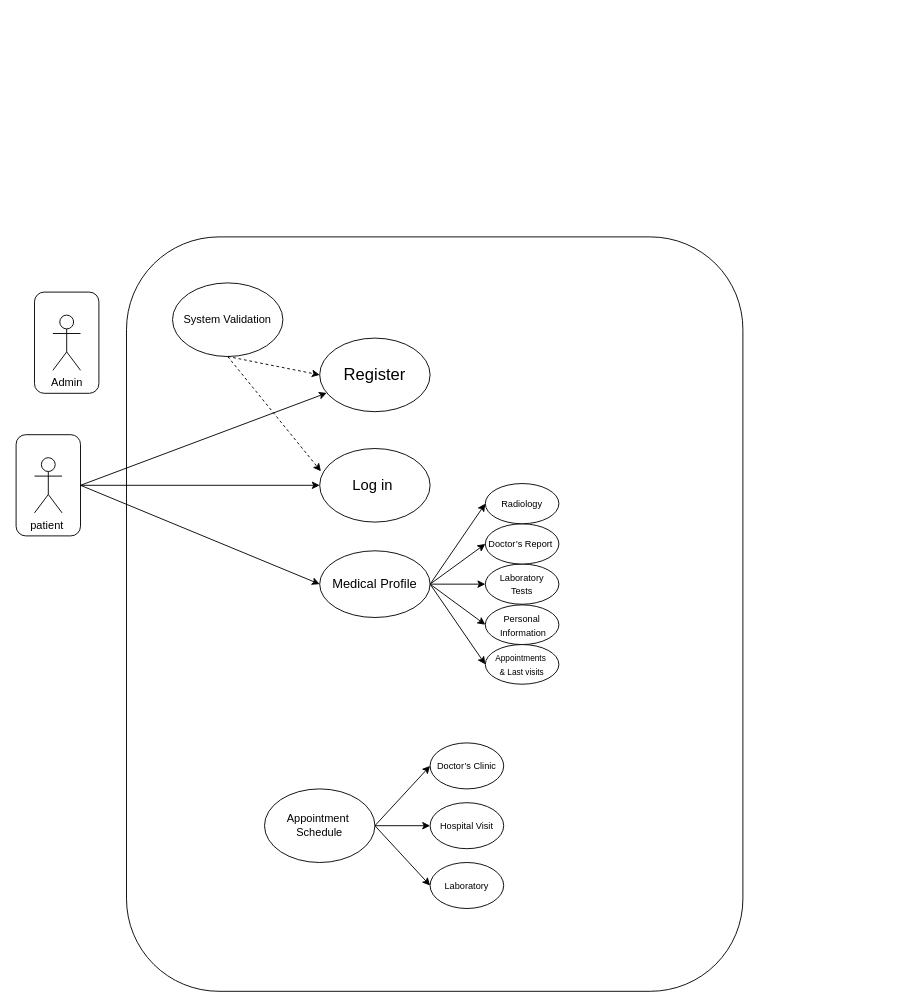
Earlier version of the draw.io diagram Untitled Diagram.drawio (Mostafa-Elabsawy/Graduation-Project-). Source tidied: cells renumbered, new cells numbered last; positions are measured from the earlier drawing's top-left corner, leaving out a move shared by most shapes. Both pictures are drawn from the tidied source at 92%, with x=0, y=0 at pixel (16, 236).
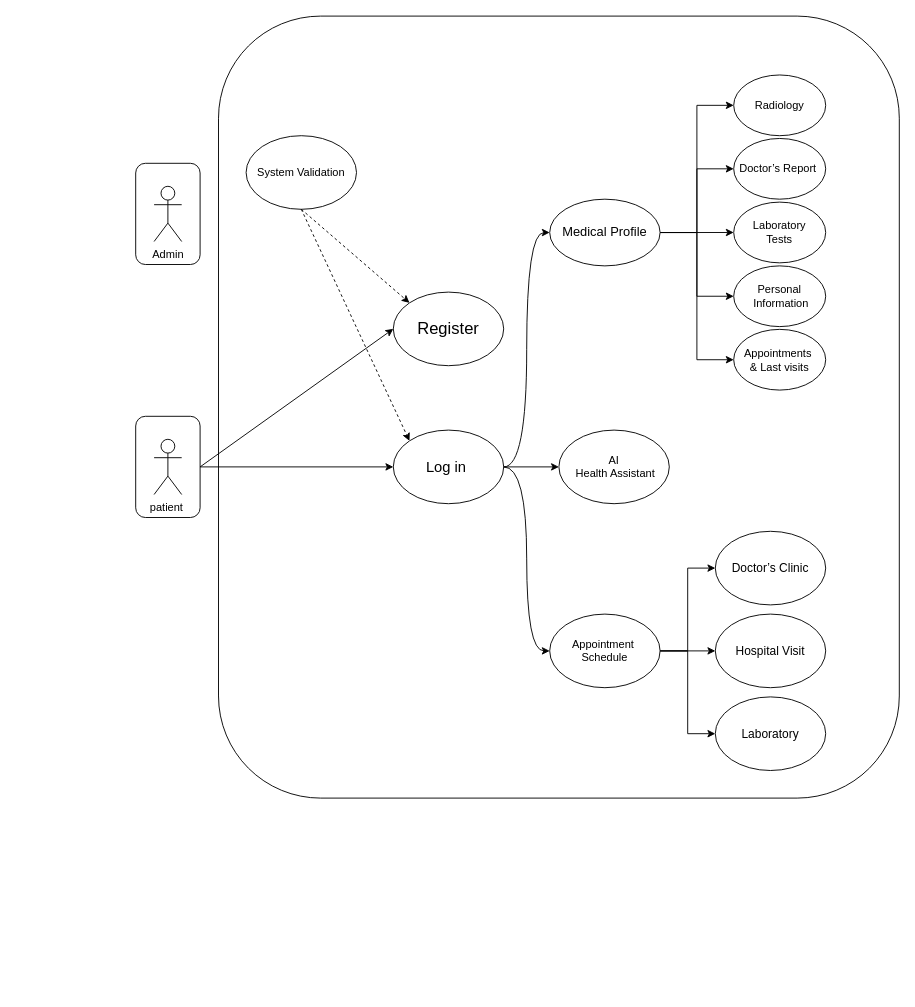
The same diagram, later.

Commit message:
user usecase

The change refers to these unchanged cells:
```xml
<mxCell id="8" style="rounded=1;whiteSpace=wrap;html=1;" parent="7" vertex="1">
  <mxGeometry width="70" height="110" as="geometry" />
</mxCell>
```

Change to the diagram source:
```diff
@@
-    <mxCell id="2" style="rounded=1;whiteSpace=wrap;html=1;" parent="1" vertex="1">
-      <mxGeometry x="120" width="670" height="820" as="geometry" />
-    </mxCell>
+    <mxCell id="37" style="rounded=1;whiteSpace=wrap;html=1;" parent="1" vertex="1">
+      <mxGeometry x="220" y="-240" width="740" height="850" as="geometry" />
+    </mxCell>
     <mxCell id="3" value="&lt;font style=&quot;font-size: 18px;&quot;&gt;Register&lt;/font&gt;" style="ellipse;whiteSpace=wrap;html=1;" parent="1" vertex="1">
-      <mxGeometry x="330" y="110" width="120" height="80" as="geometry" />
+      <mxGeometry x="410" y="60" width="120" height="80" as="geometry" />
     </mxCell>
+    <mxCell id="38" style="rounded=0;jettySize=auto;html=1;exitX=1;exitY=0.5;exitDx=0;exitDy=0;entryX=0;entryY=0.5;entryDx=0;entryDy=0;edgeStyle=orthogonalEdgeStyle;curved=1;" parent="1" edge="1" source="4" target="27">
+      <mxGeometry relative="1" as="geometry" />
+    </mxCell>
+    <mxCell id="39" style="rounded=0;jettySize=auto;html=1;exitX=1;exitY=0.5;exitDx=0;exitDy=0;entryX=0;entryY=0.5;entryDx=0;entryDy=0;edgeStyle=orthogonalEdgeStyle;curved=1;" parent="1" edge="1" source="4" target="20">
+      <mxGeometry relative="1" as="geometry" />
+    </mxCell>
     <mxCell id="4" value="&lt;font style=&quot;font-size: 16px;&quot;&gt;Log in&amp;nbsp;&lt;/font&gt;" style="ellipse;whiteSpace=wrap;html=1;" parent="1" vertex="1">
-      <mxGeometry x="330" y="230" width="120" height="80" as="geometry" />
+      <mxGeometry x="410" y="210" width="120" height="80" as="geometry" />
     </mxCell>
-    <mxCell id="5" style="rounded=0;jettySize=auto;html=1;exitX=1;exitY=0.5;exitDx=0;exitDy=0;" parent="1" edge="1" source="8" target="3">
-      <mxGeometry relative="1" as="geometry" />
-    </mxCell>
@@
     <mxCell id="7" style="group;" parent="1" vertex="1">
-      <mxGeometry y="215" width="70" height="110" as="geometry" />
+      <mxGeometry x="130" y="195" width="70" height="110" as="geometry" />
     </mxCell>
@@
     <mxCell id="10" style="group;" parent="1" vertex="1">
-      <mxGeometry x="20" y="60" width="70" height="110" as="geometry" />
+      <mxGeometry x="130" y="-80" width="70" height="110" as="geometry" />
     </mxCell>
@@
     <mxCell id="13" value="System Validation" style="ellipse;whiteSpace=wrap;html=1;" parent="1" vertex="1">
-      <mxGeometry x="170" y="50" width="120" height="80" as="geometry" />
+      <mxGeometry x="250" y="-110" width="120" height="80" as="geometry" />
     </mxCell>
-    <mxCell id="14" style="rounded=0;jettySize=auto;html=1;entryX=0.011;entryY=0.309;entryDx=0;entryDy=0;exitX=0.5;exitY=1;exitDx=0;exitDy=0;entryPerimeter=0;dashed=1;" parent="1" edge="1" source="13" target="4">
+    <mxCell id="14" style="rounded=0;jettySize=auto;html=1;exitX=0.5;exitY=1;exitDx=0;exitDy=0;dashed=1;entryX=0;entryY=0;entryDx=0;entryDy=0;" parent="1" edge="1" source="13" target="4">
       <mxGeometry relative="1" as="geometry" />
     </mxCell>
-    <mxCell id="15" style="rounded=0;jettySize=auto;html=1;exitX=0.5;exitY=1;exitDx=0;exitDy=0;entryX=0;entryY=0.5;entryDx=0;entryDy=0;dashed=1;" parent="1" edge="1" source="13" target="3">
+    <mxCell id="15" style="rounded=0;jettySize=auto;html=1;exitX=0.5;exitY=1;exitDx=0;exitDy=0;entryX=0;entryY=0;entryDx=0;entryDy=0;dashed=1;" parent="1" edge="1" source="13" target="3">
       <mxGeometry relative="1" as="geometry" />
     </mxCell>
-    <mxCell id="16" style="rounded=0;jettySize=auto;html=1;exitX=1;exitY=0.5;exitDx=0;exitDy=0;entryX=0;entryY=0.5;entryDx=0;entryDy=0;" parent="1" edge="1" source="8" target="27">
-      <mxGeometry relative="1" as="geometry" />
-    </mxCell>
+    <mxCell id="40" style="group;" parent="1" vertex="1">
+      <mxGeometry x="580" y="-181" width="300" height="356" as="geometry" />
+    </mxCell>
+    <mxCell id="31" value="&lt;font&gt;Appointments&amp;nbsp;&lt;/font&gt;&lt;div&gt;&lt;font&gt;&amp;amp; Last visits&lt;/font&gt;&lt;/div&gt;" style="ellipse;whiteSpace=wrap;html=1;fontSize=12;" parent="40" vertex="1">
+      <mxGeometry x="200" y="281.5" width="100" height="66" as="geometry" />
+    </mxCell>
+    <mxCell id="29" value="&lt;font&gt;Personal&lt;/font&gt;&lt;div&gt;&lt;font&gt;&amp;nbsp;Information&lt;/font&gt;&lt;/div&gt;" style="ellipse;whiteSpace=wrap;html=1;fontSize=12;" parent="40" vertex="1">
+      <mxGeometry x="200" y="212.5" width="100" height="66" as="geometry" />
+    </mxCell>
+    <mxCell id="41" style="rounded=0;jettySize=auto;html=1;exitX=1;exitY=0.5;exitDx=0;exitDy=0;entryX=0;entryY=0.5;entryDx=0;entryDy=0;edgeStyle=elbowEdgeStyle;" parent="40" edge="1" source="27" target="33">
+      <mxGeometry relative="1" as="geometry" />
+    </mxCell>
+    <mxCell id="24" style="rounded=0;jettySize=auto;html=1;exitX=1;exitY=0.5;exitDx=0;exitDy=0;entryX=0;entryY=0.5;entryDx=0;entryDy=0;edgeStyle=elbowEdgeStyle;" parent="40" edge="1" source="27" target="30">
+      <mxGeometry relative="1" as="geometry" />
+    </mxCell>
+    <mxCell id="25" style="rounded=0;jettySize=auto;html=1;exitX=1;exitY=0.5;exitDx=0;exitDy=0;entryX=0;entryY=0.5;entryDx=0;entryDy=0;edgeStyle=elbowEdgeStyle;" parent="40" edge="1" source="27" target="28">
+      <mxGeometry relative="1" as="geometry" />
+    </mxCell>
+    <mxCell id="42" style="rounded=0;jettySize=auto;html=1;exitX=1;exitY=0.5;exitDx=0;exitDy=0;entryX=0;entryY=0.5;entryDx=0;entryDy=0;edgeStyle=elbowEdgeStyle;" parent="40" edge="1" source="27" target="29">
+      <mxGeometry relative="1" as="geometry" />
+    </mxCell>
+    <mxCell id="32" style="rounded=0;jettySize=auto;html=1;exitX=1;exitY=0.5;exitDx=0;exitDy=0;entryX=0;entryY=0.5;entryDx=0;entryDy=0;edgeStyle=elbowEdgeStyle;" parent="40" edge="1" source="27" target="31">
+      <mxGeometry relative="1" as="geometry" />
+    </mxCell>
+    <mxCell id="27" value="&lt;font style=&quot;font-size: 14px;&quot;&gt;Medical Profile&lt;/font&gt;" style="ellipse;whiteSpace=wrap;html=1;" parent="40" vertex="1">
+      <mxGeometry y="140" width="120" height="72.5" as="geometry" />
+    </mxCell>
+    <mxCell id="28" value="&lt;font&gt;Laboratory&lt;/font&gt;&lt;div&gt;&lt;font&gt;&amp;nbsp;Tests&amp;nbsp;&lt;/font&gt;&lt;/div&gt;" style="ellipse;whiteSpace=wrap;html=1;fontSize=12;" parent="40" vertex="1">
+      <mxGeometry x="200" y="143.2" width="100" height="66" as="geometry" />
+    </mxCell>
+    <mxCell id="30" value="&lt;font&gt;Doctor’s Report&amp;nbsp;&lt;/font&gt;" style="ellipse;whiteSpace=wrap;html=1;fontSize=12;" parent="40" vertex="1">
+      <mxGeometry x="200" y="74" width="100" height="66" as="geometry" />
+    </mxCell>
+    <mxCell id="33" value="&lt;font&gt;&lt;br&gt;&lt;font&gt;Radiology&lt;/font&gt;&lt;/font&gt;&lt;div&gt;&lt;br&gt;&lt;/div&gt;" style="ellipse;whiteSpace=wrap;html=1;fontSize=12;" parent="40" vertex="1">
+      <mxGeometry x="200" y="5" width="100" height="66" as="geometry" />
+    </mxCell>
+    <mxCell id="43" style="group;" parent="40" vertex="1">
+      <mxGeometry y="501" width="300" height="260" as="geometry" />
+    </mxCell>
+    <mxCell id="34" value="&lt;font&gt;Doctor’s Clinic&lt;/font&gt;" style="ellipse;whiteSpace=wrap;html=1;fontSize=13;" parent="43" vertex="1">
+      <mxGeometry x="180" width="120" height="80" as="geometry" />
+    </mxCell>
+    <mxCell id="19" style="rounded=0;jettySize=auto;html=1;exitX=1;exitY=0.5;exitDx=0;exitDy=0;entryX=0;entryY=0.5;entryDx=0;entryDy=0;edgeStyle=elbowEdgeStyle;" parent="43" edge="1" source="20" target="34">
+      <mxGeometry relative="1" as="geometry" />
+    </mxCell>
+    <mxCell id="36" value="&lt;font&gt;Laboratory&lt;/font&gt;" style="ellipse;whiteSpace=wrap;html=1;fontSize=13;" parent="43" vertex="1">
+      <mxGeometry x="180" y="180" width="120" height="80" as="geometry" />
+    </mxCell>
-    <mxCell id="17" style="rounded=0;jettySize=auto;html=1;exitX=1;exitY=0.5;exitDx=0;exitDy=0;entryX=0;entryY=0.5;entryDx=0;entryDy=0;" parent="1" edge="1" source="20" target="36">
+    <mxCell id="17" style="rounded=0;jettySize=auto;html=1;exitX=1;exitY=0.5;exitDx=0;exitDy=0;entryX=0;entryY=0.5;entryDx=0;entryDy=0;edgeStyle=elbowEdgeStyle;" parent="43" edge="1" source="20" target="36">
       <mxGeometry relative="1" as="geometry" />
     </mxCell>
-    <mxCell id="18" style="rounded=0;jettySize=auto;html=1;exitX=1;exitY=0.5;exitDx=0;exitDy=0;entryX=0;entryY=0.5;entryDx=0;entryDy=0;" parent="1" edge="1" source="20" target="35">
+    <mxCell id="18" style="rounded=0;jettySize=auto;html=1;exitX=1;exitY=0.5;exitDx=0;exitDy=0;entryX=0;entryY=0.5;entryDx=0;entryDy=0;edgeStyle=elbowEdgeStyle;" parent="43" edge="1" source="20" target="35">
       <mxGeometry relative="1" as="geometry" />
     </mxCell>
-    <mxCell id="19" style="rounded=0;jettySize=auto;html=1;exitX=1;exitY=0.5;exitDx=0;exitDy=0;entryX=0;entryY=0.5;entryDx=0;entryDy=0;" parent="1" edge="1" source="20" target="34">
-      <mxGeometry relative="1" as="geometry" />
-    </mxCell>
-    <mxCell id="20" value="Appointment&amp;nbsp;&lt;div&gt;&amp;nbsp;Schedule&amp;nbsp;&lt;/div&gt;" style="ellipse;whiteSpace=wrap;html=1;" parent="1" vertex="1">
-      <mxGeometry x="270" y="600" width="120" height="80" as="geometry" />
+    <mxCell id="20" value="Appointment&amp;nbsp;&lt;div&gt;&amp;nbsp;Schedule&amp;nbsp;&lt;/div&gt;" style="ellipse;whiteSpace=wrap;html=1;" parent="43" vertex="1">
+      <mxGeometry y="90" width="120" height="80" as="geometry" />
     </mxCell>
-    <mxCell id="21" style="group;" parent="1" vertex="1">
-      <mxGeometry x="330" y="300" width="290" height="320" as="geometry" />
-    </mxCell>
-    <mxCell id="22" style="group;" parent="21" vertex="1">
-      <mxGeometry y="-10" width="260" height="210" as="geometry" />
-    </mxCell>
-    <mxCell id="23" style="rounded=0;jettySize=auto;html=1;entryX=0;entryY=0.5;entryDx=0;entryDy=0;" parent="22" edge="1" target="33">
-      <mxGeometry relative="1" as="geometry">
-        <mxPoint x="120" y="87.5" as="sourcePoint" />
-      </mxGeometry>
-    </mxCell>
-    <mxCell id="24" style="rounded=0;jettySize=auto;html=1;exitX=1;exitY=0.5;exitDx=0;exitDy=0;entryX=0;entryY=0.5;entryDx=0;entryDy=0;" parent="22" edge="1" source="27" target="30">
-      <mxGeometry relative="1" as="geometry" />
-    </mxCell>
-    <mxCell id="25" style="rounded=0;jettySize=auto;html=1;exitX=1;exitY=0.5;exitDx=0;exitDy=0;entryX=0;entryY=0.5;entryDx=0;entryDy=0;" parent="22" edge="1" source="27" target="28">
-      <mxGeometry relative="1" as="geometry" />
-    </mxCell>
-    <mxCell id="26" style="rounded=0;jettySize=auto;html=1;entryX=0;entryY=0.5;entryDx=0;entryDy=0;" parent="22" edge="1" target="29">
-      <mxGeometry relative="1" as="geometry">
-        <mxPoint x="120" y="87.5" as="sourcePoint" />
-      </mxGeometry>
-    </mxCell>
-    <mxCell id="27" value="&lt;font style=&quot;font-size: 14px;&quot;&gt;Medical Profile&lt;/font&gt;" style="ellipse;whiteSpace=wrap;html=1;" parent="22" vertex="1">
-      <mxGeometry y="51.2" width="120" height="72.5" as="geometry" />
-    </mxCell>
-    <mxCell id="28" value="&lt;font style=&quot;font-size: 10px;&quot;&gt;Laboratory&lt;/font&gt;&lt;div&gt;&lt;font style=&quot;font-size: 10px;&quot;&gt;&amp;nbsp;Tests&amp;nbsp;&lt;/font&gt;&lt;/div&gt;" style="ellipse;whiteSpace=wrap;html=1;" parent="22" vertex="1">
-      <mxGeometry x="180" y="65.6" width="80" height="43.7" as="geometry" />
-    </mxCell>
-    <mxCell id="29" value="&lt;font style=&quot;font-size: 10px;&quot;&gt;Personal&lt;/font&gt;&lt;div&gt;&lt;font style=&quot;font-size: 10px;&quot;&gt;&amp;nbsp;Information&lt;/font&gt;&lt;/div&gt;" style="ellipse;whiteSpace=wrap;html=1;" parent="22" vertex="1">
-      <mxGeometry x="180" y="110" width="80" height="43.1" as="geometry" />
-    </mxCell>
-    <mxCell id="30" value="&lt;font style=&quot;font-size: 10px;&quot;&gt;Doctor’s Report&amp;nbsp;&lt;/font&gt;" style="ellipse;whiteSpace=wrap;html=1;" parent="22" vertex="1">
-      <mxGeometry x="180" y="21.9" width="80" height="43.7" as="geometry" />
-    </mxCell>
-    <mxCell id="31" value="&lt;font style=&quot;font-size: 9px;&quot;&gt;Appointments&amp;nbsp;&lt;/font&gt;&lt;div&gt;&lt;font style=&quot;font-size: 9px;&quot;&gt;&amp;amp; Last visits&lt;/font&gt;&lt;/div&gt;" style="ellipse;whiteSpace=wrap;html=1;" parent="22" vertex="1">
-      <mxGeometry x="180" y="153.1" width="80" height="43.1" as="geometry" />
-    </mxCell>
-    <mxCell id="32" style="rounded=0;jettySize=auto;html=1;exitX=1;exitY=0.5;exitDx=0;exitDy=0;entryX=0;entryY=0.5;entryDx=0;entryDy=0;" parent="22" edge="1" source="27" target="31">
-      <mxGeometry relative="1" as="geometry" />
-    </mxCell>
-    <mxCell id="33" value="&lt;font style=&quot;&quot;&gt;&lt;br&gt;&lt;font style=&quot;font-size: 10px;&quot;&gt;Radiology&lt;/font&gt;&lt;/font&gt;&lt;div&gt;&lt;br&gt;&lt;/div&gt;" style="ellipse;whiteSpace=wrap;html=1;" parent="22" vertex="1">
-      <mxGeometry x="180" y="-21.9" width="80" height="43.7" as="geometry" />
-    </mxCell>
-    <mxCell id="34" value="&lt;font style=&quot;font-size: 10px;&quot;&gt;Doctor’s Clinic&lt;/font&gt;" style="ellipse;whiteSpace=wrap;html=1;" parent="1" vertex="1">
-      <mxGeometry x="450" y="550" width="80" height="50" as="geometry" />
-    </mxCell>
-    <mxCell id="35" value="&lt;font style=&quot;font-size: 10px;&quot;&gt;Hospital Visit&lt;/font&gt;" style="ellipse;whiteSpace=wrap;html=1;" parent="1" vertex="1">
-      <mxGeometry x="450" y="615" width="80" height="50" as="geometry" />
+    <mxCell id="35" value="&lt;font&gt;Hospital Visit&lt;/font&gt;" style="ellipse;whiteSpace=wrap;html=1;fontSize=13;" parent="43" vertex="1">
+      <mxGeometry x="180" y="90" width="120" height="80" as="geometry" />
     </mxCell>
-    <mxCell id="36" value="&lt;font style=&quot;font-size: 10px;&quot;&gt;Laboratory&lt;/font&gt;" style="ellipse;whiteSpace=wrap;html=1;" parent="1" vertex="1">
-      <mxGeometry x="450" y="680" width="80" height="50" as="geometry" />
-    </mxCell>
+    <mxCell id="44" style="rounded=0;jettySize=auto;html=1;exitX=1;exitY=0.5;exitDx=0;exitDy=0;entryX=0;entryY=0.5;entryDx=0;entryDy=0;" parent="1" edge="1" source="4" target="45">
+      <mxGeometry relative="1" as="geometry" />
+    </mxCell>
+    <mxCell id="45" value="AI&lt;div&gt;&amp;nbsp;Health Assistant&lt;/div&gt;" style="ellipse;whiteSpace=wrap;html=1;" parent="1" vertex="1">
+      <mxGeometry x="590" y="210" width="120" height="80" as="geometry" />
+    </mxCell>
+    <mxCell id="5" style="rounded=0;jettySize=auto;html=1;exitX=1;exitY=0.5;exitDx=0;exitDy=0;entryX=0;entryY=0.5;entryDx=0;entryDy=0;" parent="1" edge="1" source="8" target="3">
+      <mxGeometry relative="1" as="geometry" />
+    </mxCell>
```
